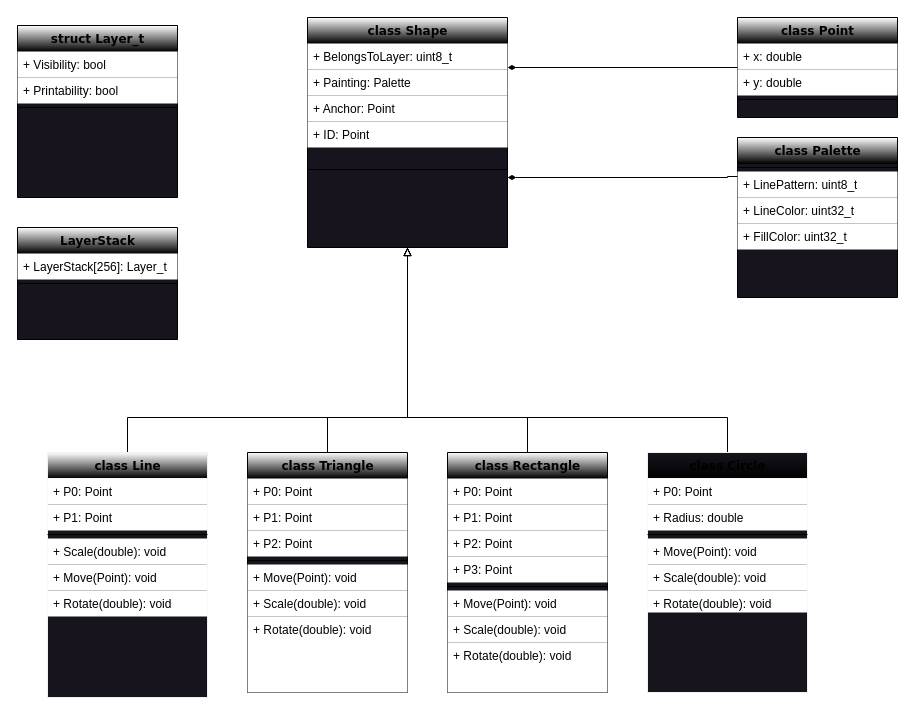
Earlier version of the draw.io diagram Diagrams/Shapes.drawio (MaciekMaryna/Shapes). Source tidied: cells renumbered, new cells numbered last; positions are measured from the earlier drawing's top-left corner, leaving out a move shared by most shapes. Both pictures are drawn from the tidied source at 100%, with x=0, y=0 at pixel (17, 17).
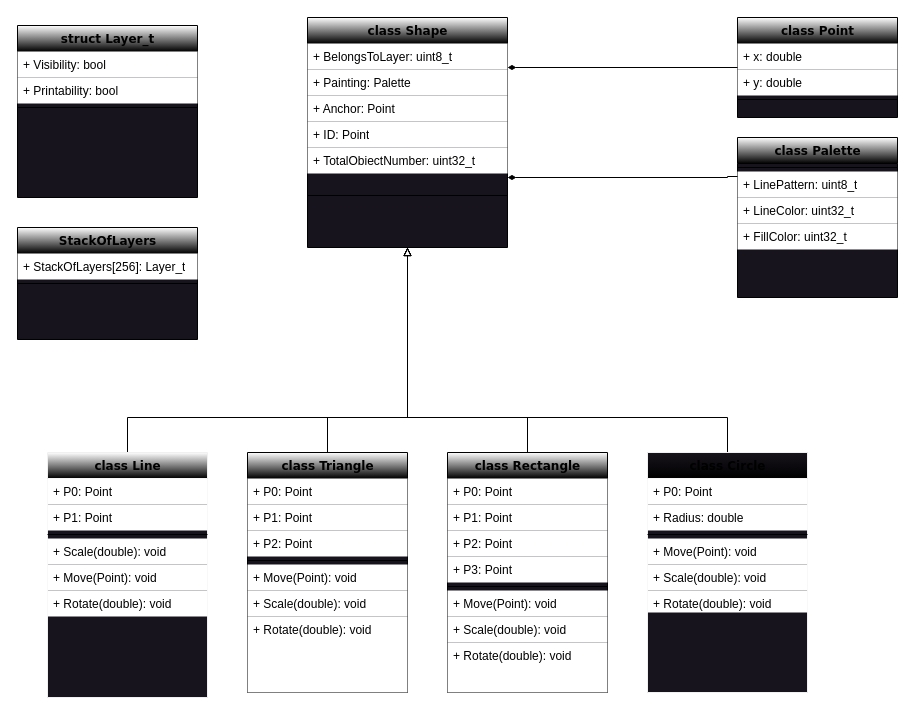
Above is the later version.

Unchanged cells that the change refers to:
```xml
<mxCell id="42" value="class Shape" style="swimlane;html=1;fontStyle=1;align=center;verticalAlign=top;horizontal=1;startSize=26;swimlaneFillColor=#18141D;rounded=0;shadow=0;comic=0;labelBackgroundColor=none;strokeWidth=1;fillColor=default;fontFamily=Verdana;fontSize=12;gradientColor=default;" parent="1" vertex="1">
  <mxGeometry x="290" width="200" height="230" as="geometry" />
</mxCell>
```

Diff of the diagram source:
```diff
@@
+    <mxCell id="61" value="+ TotalObiectNumber: uint32_t" style="text;html=1;strokeColor=none;fillColor=default;align=left;verticalAlign=top;spacingLeft=4;spacingRight=4;whiteSpace=wrap;overflow=hidden;" parent="42" vertex="1">
+      <mxGeometry y="130" width="200" height="26" as="geometry" />
+    </mxCell>
     <mxCell id="47" style="line;html=1;strokeWidth=1;fillColor=default;align=left;verticalAlign=middle;spacingTop=-1;spacingLeft=3;spacingRight=3;labelPosition=right;" parent="42" vertex="1">
-      <mxGeometry y="130" width="200" height="44" as="geometry" />
+      <mxGeometry y="156" width="200" height="44" as="geometry" />
     </mxCell>
@@
     <mxCell id="54" value="&lt;div&gt;struct Layer_t&lt;/div&gt;" style="swimlane;html=1;fontStyle=1;align=center;verticalAlign=top;horizontal=1;startSize=26;swimlaneFillColor=#18141D;rounded=0;shadow=0;comic=0;labelBackgroundColor=none;strokeWidth=1;fillColor=default;fontFamily=Verdana;fontSize=12;glass=0;gradientColor=default;" parent="1" vertex="1">
-      <mxGeometry y="8" width="160" height="172" as="geometry" />
+      <mxGeometry y="8" width="180" height="172" as="geometry" />
     </mxCell>
     <mxCell id="55" value="&lt;div&gt;+ Visibility: bool&lt;br&gt;&lt;/div&gt;&lt;div&gt;&lt;br&gt;&lt;/div&gt;" style="text;html=1;strokeColor=none;fillColor=default;align=left;verticalAlign=top;spacingLeft=4;spacingRight=4;whiteSpace=wrap;overflow=hidden;" parent="54" vertex="1">
-      <mxGeometry y="26" width="160" height="26" as="geometry" />
+      <mxGeometry y="26" width="180" height="26" as="geometry" />
     </mxCell>
     <mxCell id="56" value="&lt;div&gt;+ Printability: bool&lt;br&gt;&lt;/div&gt;&lt;div&gt;&lt;br&gt;&lt;/div&gt;" style="text;html=1;strokeColor=none;fillColor=default;align=left;verticalAlign=top;spacingLeft=4;spacingRight=4;whiteSpace=wrap;overflow=hidden;" parent="54" vertex="1">
-      <mxGeometry y="52" width="160" height="26" as="geometry" />
+      <mxGeometry y="52" width="180" height="26" as="geometry" />
     </mxCell>
     <mxCell id="57" style="line;html=1;strokeWidth=1;fillColor=default;align=left;verticalAlign=middle;spacingTop=-1;spacingLeft=3;spacingRight=3;labelPosition=right;" parent="54" vertex="1">
-      <mxGeometry y="78" width="160" height="8" as="geometry" />
+      <mxGeometry y="78" width="180" height="8" as="geometry" />
     </mxCell>
-    <mxCell id="58" value="&lt;div&gt;LayerStack&lt;/div&gt;" style="swimlane;html=1;fontStyle=1;align=center;verticalAlign=top;horizontal=1;startSize=26;swimlaneFillColor=#18141D;rounded=0;shadow=0;comic=0;labelBackgroundColor=none;strokeWidth=1;fillColor=default;fontFamily=Verdana;fontSize=12;glass=0;gradientColor=default;" parent="1" vertex="1">
-      <mxGeometry y="210" width="160" height="112" as="geometry" />
+    <mxCell id="58" value="&lt;div&gt;StackOfLayers&lt;/div&gt;" style="swimlane;html=1;fontStyle=1;align=center;verticalAlign=top;horizontal=1;startSize=26;swimlaneFillColor=#18141D;rounded=0;shadow=0;comic=0;labelBackgroundColor=none;strokeWidth=1;fillColor=default;fontFamily=Verdana;fontSize=12;glass=0;gradientColor=default;" parent="1" vertex="1">
+      <mxGeometry y="210" width="180" height="112" as="geometry" />
     </mxCell>
-    <mxCell id="59" value="&lt;div&gt;+ LayerStack[256]: Layer_t&lt;/div&gt;" style="text;html=1;strokeColor=none;fillColor=default;align=left;verticalAlign=top;spacingLeft=4;spacingRight=4;whiteSpace=wrap;overflow=hidden;" parent="58" vertex="1">
-      <mxGeometry y="26" width="160" height="26" as="geometry" />
+    <mxCell id="59" value="&lt;div&gt;+ StackOfLayers[256]: Layer_t&lt;/div&gt;" style="text;html=1;strokeColor=none;fillColor=default;align=left;verticalAlign=top;spacingLeft=4;spacingRight=4;whiteSpace=wrap;overflow=hidden;" parent="58" vertex="1">
+      <mxGeometry y="26" width="180" height="26" as="geometry" />
     </mxCell>
     <mxCell id="60" style="line;html=1;strokeWidth=1;fillColor=default;align=left;verticalAlign=middle;spacingTop=-1;spacingLeft=3;spacingRight=3;labelPosition=right;" parent="58" vertex="1">
-      <mxGeometry y="52" width="160" height="8" as="geometry" />
+      <mxGeometry y="52" width="180" height="8" as="geometry" />
     </mxCell>
```
